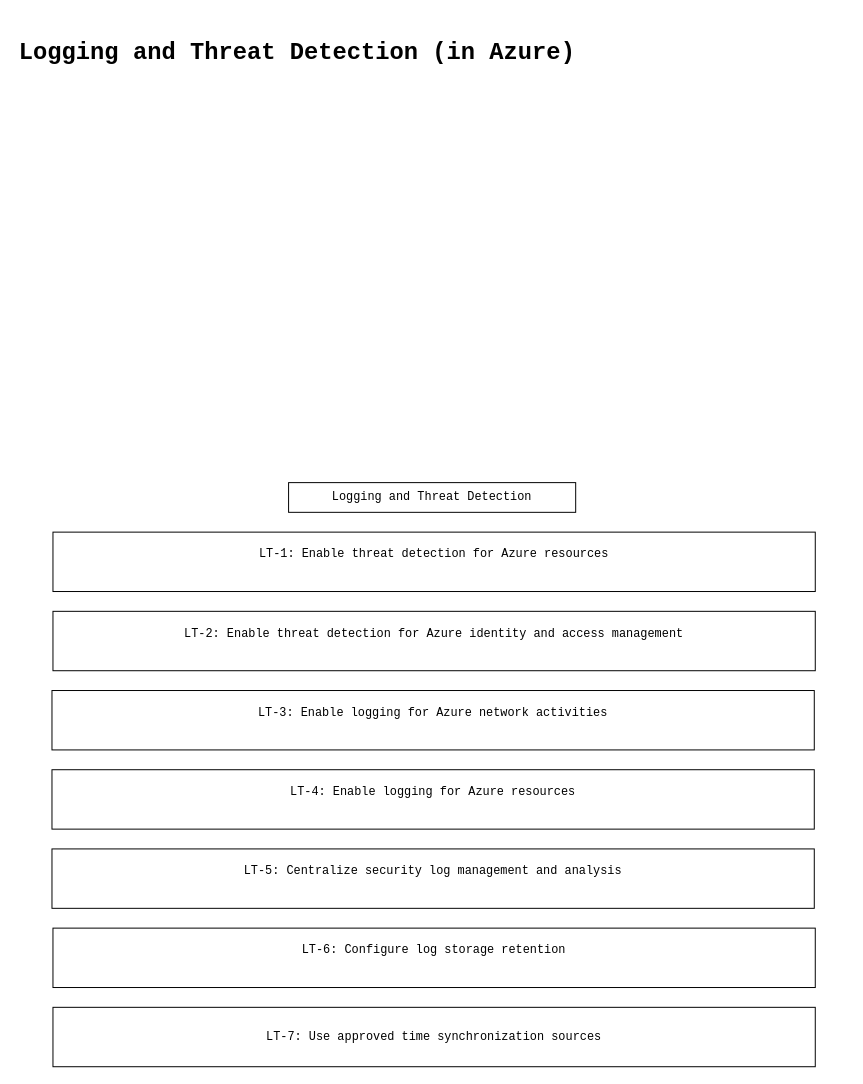
This is page "Logging and Threat Detection" (7 of 12) of Cloud/Infrastructure_Security.drawio from hmahmood2351/Home_Labs, a draw.io file, before an edit. Source tidied: cells renumbered, new cells numbered last; positions are measured from the earlier drawing's top-left corner, leaving out a move shared by most shapes. Both pictures are drawn from the tidied source at 99%, with x=0, y=0 at pixel (17, 17).
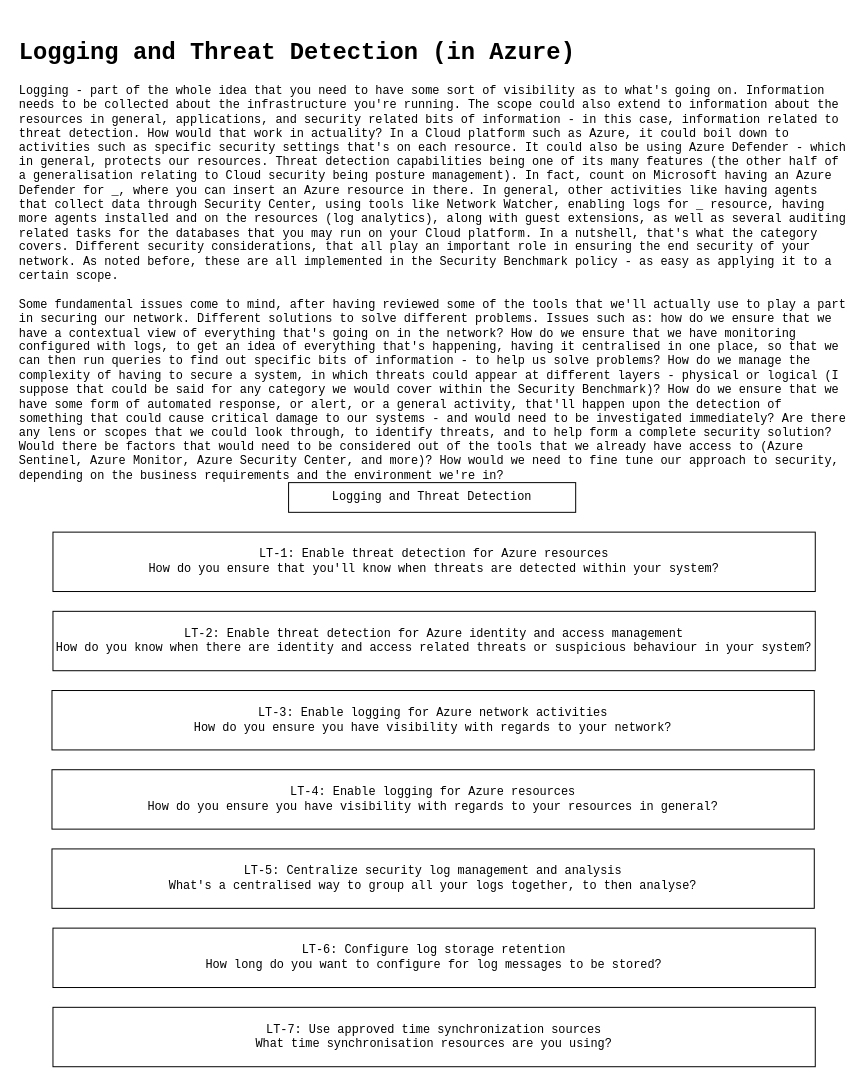
Above is the later version.

Diff of the diagram source:
```diff
@@
 <mxGraphModel>
   <root>
     <mxCell id="0" />
     <mxCell id="1" parent="0" />
-    <mxCell id="2" value="&lt;h1 style=&quot;color: rgb(0 , 0 , 0) ; font-family: &amp;#34;courier new&amp;#34; ; font-style: normal ; letter-spacing: normal ; text-align: left ; text-indent: 0px ; text-transform: none ; word-spacing: 0px&quot;&gt;Logging and Threat Detection (in Azure)&lt;/h1&gt;&lt;div&gt;&lt;br&gt;&lt;/div&gt;" style="text;html=1;fontFamily=Courier New;labelBackgroundColor=none;verticalAlign=top;whiteSpace=wrap;" parent="1" vertex="1">
+    <mxCell id="2" value="&lt;h1 style=&quot;color: rgb(0 , 0 , 0) ; font-family: &amp;#34;courier new&amp;#34; ; font-style: normal ; letter-spacing: normal ; text-align: left ; text-indent: 0px ; text-transform: none ; word-spacing: 0px&quot;&gt;Logging and Threat Detection (in Azure)&lt;/h1&gt;&lt;div&gt;Logging - part of the whole idea that you need to have some sort of visibility as to what's going on. Information needs to be collected about the infrastructure you're running. The scope could also extend to information about the resources in general, applications, and security related bits of information - in this case, information related to threat detection. How would that work in actuality? In a Cloud platform such as Azure, it could boil down to activities such as specific security settings that's on each resource. It could also be using Azure Defender - which in general, protects our resources. Threat detection capabilities being one of its many features (the other half of a generalisation relating to Cloud security being posture management). In fact, count on Microsoft having an Azure Defender for _, where you can insert an Azure resource in there. In general, other activities like having agents that collect data through Security Center, using tools like Network Watcher, enabling logs for _ resource, having more agents installed and on the resources (log analytics), along with guest extensions, as well as several auditing related tasks for the databases that you may run on your Cloud platform. In a nutshell, that's what the category covers. Different security considerations, that all play an important role in ensuring the end security of your network. As noted before, these are all implemented in the Security Benchmark policy - as easy as applying it to a certain scope.&lt;/div&gt;&lt;div&gt;&lt;br&gt;&lt;/div&gt;&lt;div&gt;Some fundamental issues come to mind, after having reviewed some of the tools that we'll actually use to play a part in securing our network. Different solutions to solve different problems. Issues such as: how do we ensure that we have a contextual view of everything that's going on in the network? How do we ensure that we have monitoring configured with logs, to get an idea of everything that's happening, having it centralised in one place, so that we can then run queries to find out specific bits of information - to help us solve problems? How do we manage the complexity of having to secure a system, in which threats could appear at different layers - physical or logical (I suppose that could be said for any category we would cover within the Security Benchmark)? How do we ensure that we have some form of automated response, or alert, or a general activity, that'll happen upon the detection of something that could cause critical damage to our systems - and would need to be investigated immediately? Are there any lens or scopes that we could look through, to identify threats, and to help form a complete security solution? Would there be factors that would need to be considered out of the tools that we already have access to (Azure Sentinel, Azure Monitor, Azure Security Center, and more)? How would we need to fine tune our approach to security, depending on the business requirements and the environment we're in?&lt;/div&gt;&lt;div&gt;&lt;br&gt;&lt;/div&gt;&lt;div&gt;&lt;br&gt;&lt;/div&gt;" style="text;html=1;fontFamily=Courier New;labelBackgroundColor=none;verticalAlign=top;whiteSpace=wrap;" parent="1" vertex="1">
       <mxGeometry width="838" height="560" as="geometry" />
     </mxCell>
     <mxCell id="3" value="Logging and Threat Detection" style="rounded=0;whiteSpace=wrap;html=1;fontFamily=Courier New;align=center;" parent="1" vertex="1">
       <mxGeometry x="274" y="470" width="290" height="30" as="geometry" />
     </mxCell>
-    <mxCell id="4" value="&lt;div&gt;LT-1: Enable threat detection for Azure resources&lt;/div&gt;&lt;div&gt;&lt;br&gt;&lt;/div&gt;" style="rounded=0;whiteSpace=wrap;html=1;fontFamily=Courier New;align=center;" parent="1" vertex="1">
+    <mxCell id="4" value="&lt;div&gt;LT-1: Enable threat detection for Azure resources&lt;/div&gt;&lt;div&gt;How do you ensure that you'll know when threats are detected within your system?&lt;/div&gt;" style="rounded=0;whiteSpace=wrap;html=1;fontFamily=Courier New;align=center;" parent="1" vertex="1">
       <mxGeometry x="36" y="520" width="770" height="60" as="geometry" />
     </mxCell>
-    <mxCell id="5" value="&lt;div&gt;LT-2: Enable threat detection for Azure identity and access management&lt;/div&gt;&lt;div&gt;&lt;br&gt;&lt;/div&gt;" style="rounded=0;whiteSpace=wrap;html=1;fontFamily=Courier New;align=center;" parent="1" vertex="1">
+    <mxCell id="5" value="&lt;div&gt;LT-2: Enable threat detection for Azure identity and access management&lt;/div&gt;&lt;div&gt;How do you know when there are identity and access related threats or suspicious behaviour in your system?&lt;/div&gt;" style="rounded=0;whiteSpace=wrap;html=1;fontFamily=Courier New;align=center;" parent="1" vertex="1">
       <mxGeometry x="36" y="600" width="770" height="60" as="geometry" />
     </mxCell>
-    <mxCell id="6" value="&lt;div&gt;LT-3: Enable logging for Azure network activities&lt;/div&gt;&lt;div&gt;&lt;br&gt;&lt;/div&gt;" style="rounded=0;whiteSpace=wrap;html=1;fontFamily=Courier New;align=center;" parent="1" vertex="1">
+    <mxCell id="6" value="&lt;div&gt;LT-3: Enable logging for Azure network activities&lt;/div&gt;&lt;div&gt;How do you ensure you have visibility with regards to your network?&lt;/div&gt;" style="rounded=0;whiteSpace=wrap;html=1;fontFamily=Courier New;align=center;" parent="1" vertex="1">
       <mxGeometry x="35" y="680" width="770" height="60" as="geometry" />
     </mxCell>
-    <mxCell id="7" value="&lt;div&gt;LT-4: Enable logging for Azure resources&lt;/div&gt;&lt;div&gt;&lt;br&gt;&lt;/div&gt;" style="rounded=0;whiteSpace=wrap;html=1;fontFamily=Courier New;align=center;" parent="1" vertex="1">
+    <mxCell id="7" value="&lt;div&gt;LT-4: Enable logging for Azure resources&lt;/div&gt;&lt;div&gt;How do you ensure you have visibility with regards to your resources in general?&lt;/div&gt;" style="rounded=0;whiteSpace=wrap;html=1;fontFamily=Courier New;align=center;" parent="1" vertex="1">
       <mxGeometry x="35" y="760" width="770" height="60" as="geometry" />
     </mxCell>
-    <mxCell id="8" value="&lt;div&gt;LT-5: Centralize security log management and analysis&lt;/div&gt;&lt;div&gt;&lt;br&gt;&lt;/div&gt;" style="rounded=0;whiteSpace=wrap;html=1;fontFamily=Courier New;align=center;" parent="1" vertex="1">
+    <mxCell id="8" value="&lt;div&gt;LT-5: Centralize security log management and analysis&lt;/div&gt;&lt;div&gt;What's a centralised way to group all your logs together, to then analyse?&lt;/div&gt;" style="rounded=0;whiteSpace=wrap;html=1;fontFamily=Courier New;align=center;" parent="1" vertex="1">
       <mxGeometry x="35" y="840" width="770" height="60" as="geometry" />
     </mxCell>
-    <mxCell id="9" value="&lt;div&gt;LT-6: Configure log storage retention&lt;/div&gt;&lt;div&gt;&lt;br&gt;&lt;/div&gt;" style="rounded=0;whiteSpace=wrap;html=1;fontFamily=Courier New;align=center;" parent="1" vertex="1">
+    <mxCell id="9" value="&lt;div&gt;LT-6: Configure log storage retention&lt;/div&gt;&lt;div&gt;How long do you want to configure for log messages to be stored?&lt;/div&gt;" style="rounded=0;whiteSpace=wrap;html=1;fontFamily=Courier New;align=center;" parent="1" vertex="1">
       <mxGeometry x="36" y="920" width="770" height="60" as="geometry" />
     </mxCell>
-    <mxCell id="10" value="LT-7: Use approved time synchronization sources" style="rounded=0;whiteSpace=wrap;html=1;fontFamily=Courier New;align=center;" parent="1" vertex="1">
+    <mxCell id="10" value="LT-7: Use approved time synchronization sources&lt;br&gt;What time synchronisation resources are you using?" style="rounded=0;whiteSpace=wrap;html=1;fontFamily=Courier New;align=center;" parent="1" vertex="1">
       <mxGeometry x="36" y="1000" width="770" height="60" as="geometry" />
     </mxCell>
   </root>
 </mxGraphModel>
```
